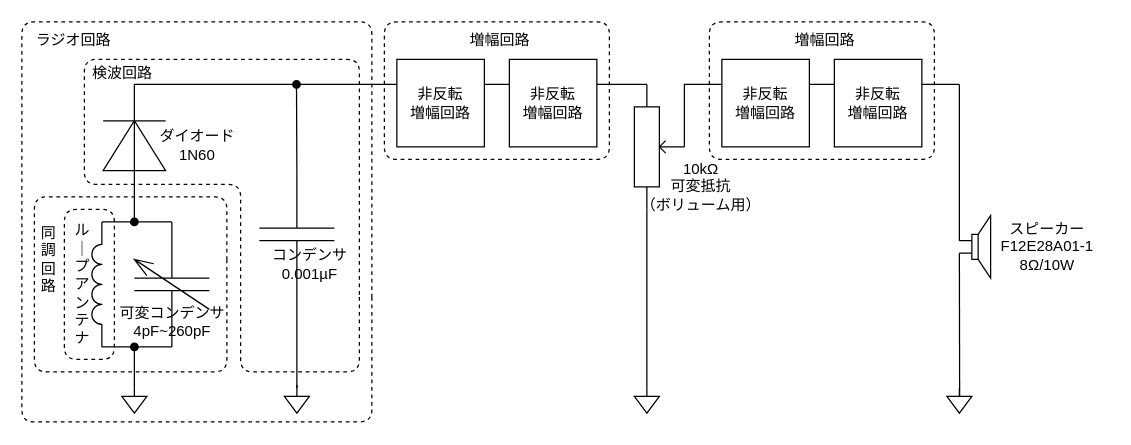
The draw.io diagram page "all2" (4 of 7) of python/fig.drawio in m20079/AM-radio, before the edit. Source tidied: cells renumbered, new cells numbered last; positions are measured from the earlier drawing's top-left corner, leaving out a move shared by most shapes. Both pictures are drawn from the tidied source at 125%, with x=0, y=0 at pixel (21, 21).
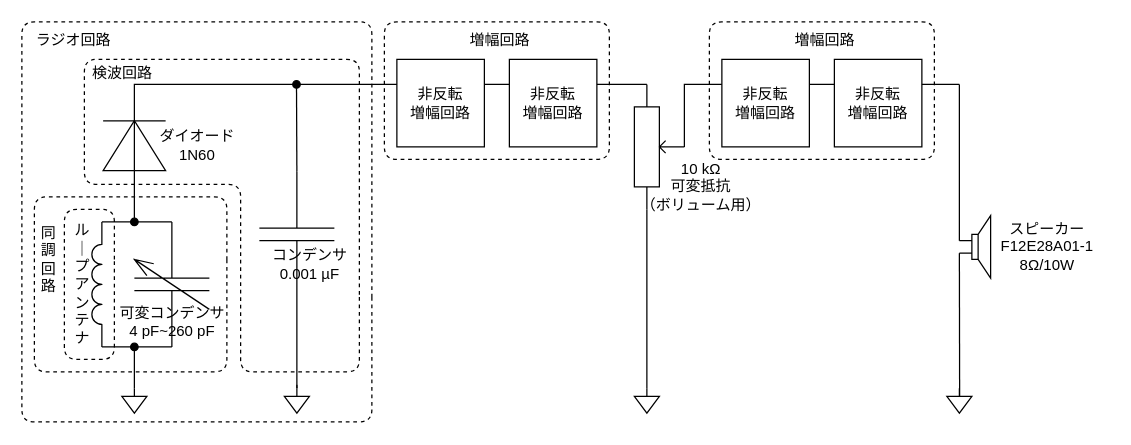
Above is the later version.

Diff of the diagram source:
```diff
@@
-    <mxCell id="12" value="コンデンサ&lt;br&gt;0.001µF" style="text;html=1;align=center;verticalAlign=middle;strokeColor=none;fillColor=none;" parent="1" vertex="1">
+    <mxCell id="12" value="コンデンサ&lt;br&gt;0.001 µF" style="text;html=1;align=center;verticalAlign=middle;strokeColor=none;fillColor=none;" parent="1" vertex="1">
       <mxGeometry x="190" y="174" width="80" height="40" as="geometry" />
     </mxCell>
-    <mxCell id="13" value="可変コンデンサ&lt;br&gt;4pF~260pF" style="text;html=1;align=center;verticalAlign=middle;strokeColor=none;fillColor=none;" parent="1" vertex="1">
+    <mxCell id="13" value="可変コンデンサ&lt;br&gt;4 pF~260 pF" style="text;html=1;align=center;verticalAlign=middle;strokeColor=none;fillColor=none;" parent="1" vertex="1">
       <mxGeometry x="65" y="220" width="110" height="40" as="geometry" />
     </mxCell>
@@
-    <mxCell id="40" value="10kΩ&lt;br&gt;可変抵抗&lt;br&gt;（ボリューム用）" style="text;html=1;align=center;verticalAlign=middle;strokeColor=none;fillColor=none;" parent="1" vertex="1">
+    <mxCell id="40" value="10 kΩ&lt;br&gt;可変抵抗&lt;br&gt;（ボリューム用）" style="text;html=1;align=center;verticalAlign=middle;strokeColor=none;fillColor=none;" parent="1" vertex="1">
       <mxGeometry x="483" y="102" width="120" height="60" as="geometry" />
     </mxCell>
```
